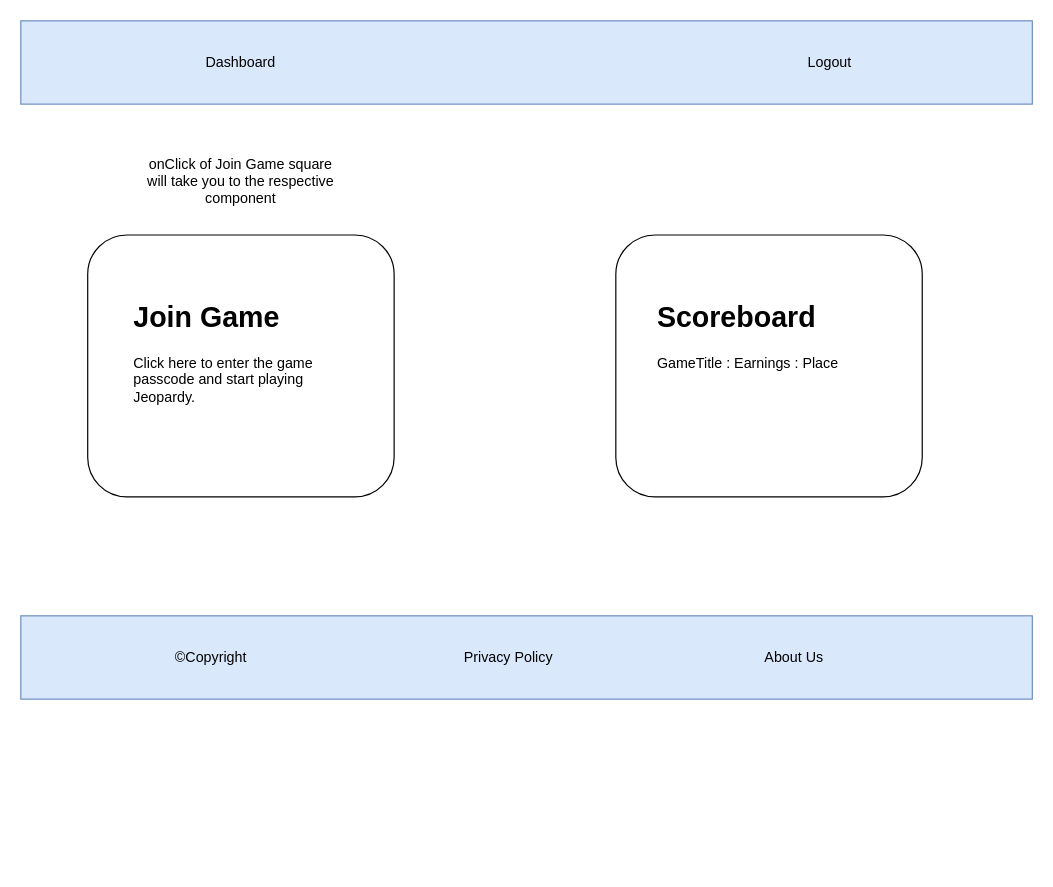
The draw.io diagram jeopardy/public/mockups/UserDashboard.drawio in DezSays/Jeopardy, before the edit. Source tidied: cells renumbered, new cells numbered last; positions are measured from the earlier drawing's top-left corner, leaving out a move shared by most shapes. Both pictures are drawn from the tidied source at 119%, with x=0, y=0 at pixel (20, 20).
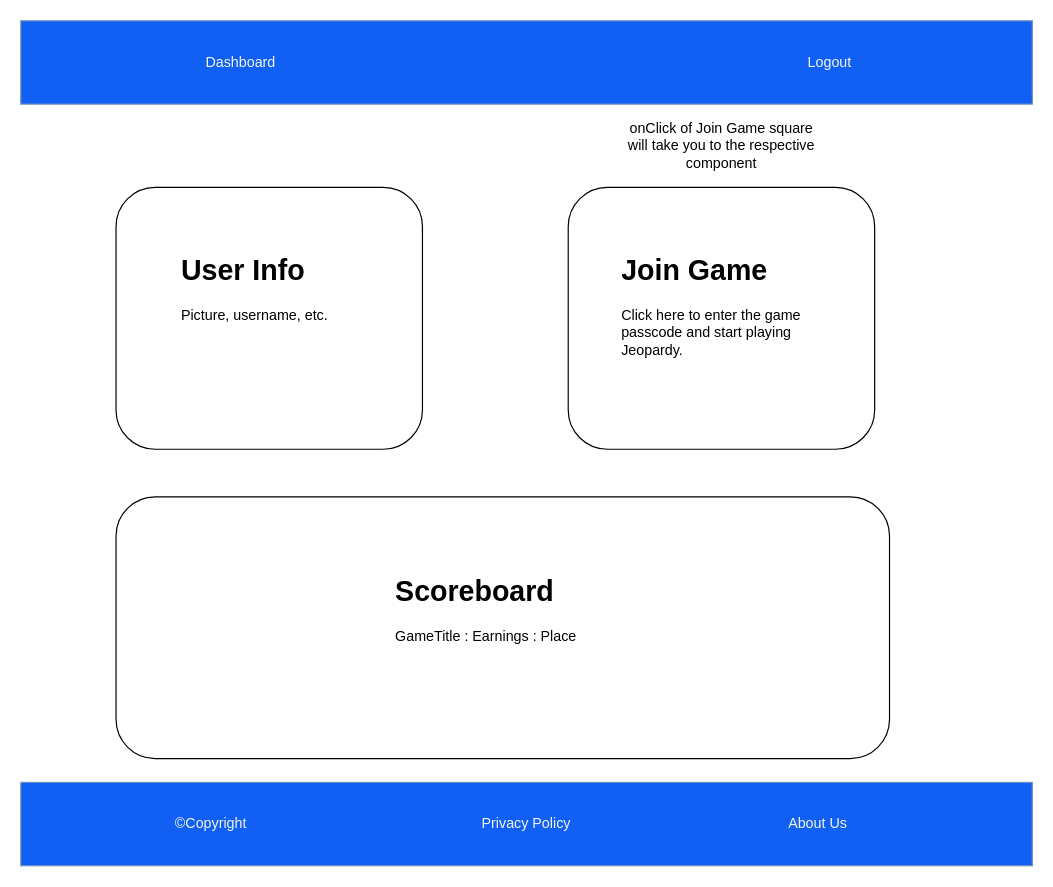
Above is the later version.

Diff of the diagram source:
```diff
@@
 <mxGraphModel>
   <root>
     <mxCell id="0" />
     <mxCell id="1" parent="0" />
-    <mxCell id="2" style="rounded=0;whiteSpace=wrap;html=1;fillColor=#dae8fc;strokeColor=#6c8ebf;" parent="1" vertex="1">
+    <mxCell id="2" style="rounded=0;whiteSpace=wrap;html=1;fillColor=#115FF3;strokeColor=#6c8ebf;" parent="1" vertex="1">
       <mxGeometry width="850" height="70" as="geometry" />
     </mxCell>
-    <mxCell id="3" value="Dashboard" style="text;html=1;strokeColor=none;fillColor=none;align=center;verticalAlign=middle;whiteSpace=wrap;rounded=0;" parent="1" vertex="1">
+    <mxCell id="3" value="Dashboard" style="text;html=1;strokeColor=none;fillColor=none;align=center;verticalAlign=middle;whiteSpace=wrap;rounded=0;fontColor=#F1F8F0;" parent="1" vertex="1">
       <mxGeometry x="140" y="20" width="90" height="30" as="geometry" />
     </mxCell>
-    <mxCell id="4" value="Logout" style="text;html=1;strokeColor=none;fillColor=none;align=center;verticalAlign=middle;whiteSpace=wrap;rounded=0;" parent="1" vertex="1">
+    <mxCell id="4" value="Logout" style="text;html=1;strokeColor=none;fillColor=none;align=center;verticalAlign=middle;whiteSpace=wrap;rounded=0;fontColor=#F1F8F0;" parent="1" vertex="1">
       <mxGeometry x="650" y="20" width="60" height="30" as="geometry" />
     </mxCell>
     <mxCell id="5" style="rounded=1;whiteSpace=wrap;html=1;" parent="1" vertex="1">
-      <mxGeometry x="56.2" y="180" width="257.5" height="220" as="geometry" />
+      <mxGeometry x="460" y="140" width="257.5" height="220" as="geometry" />
     </mxCell>
     <mxCell id="6" style="rounded=1;whiteSpace=wrap;html=1;" parent="1" vertex="1">
-      <mxGeometry x="500" y="180" width="257.5" height="220" as="geometry" />
+      <mxGeometry x="80" y="400" width="650" height="220" as="geometry" />
     </mxCell>
     <mxCell id="7" value="&lt;h1&gt;Join Game&lt;/h1&gt;&lt;p&gt;Click here to enter the game passcode and start playing Jeopardy.&lt;/p&gt;" style="text;html=1;strokeColor=none;fillColor=none;spacing=5;spacingTop=-20;whiteSpace=wrap;overflow=hidden;rounded=0;" parent="1" vertex="1">
-      <mxGeometry x="90" y="230" width="190" height="120" as="geometry" />
+      <mxGeometry x="500" y="190" width="190" height="120" as="geometry" />
     </mxCell>
     <mxCell id="8" value="&lt;h1&gt;Scoreboard&lt;/h1&gt;&lt;p&gt;GameTitle : Earnings : Place&lt;/p&gt;" style="text;html=1;strokeColor=none;fillColor=none;spacing=5;spacingTop=-20;whiteSpace=wrap;overflow=hidden;rounded=0;" parent="1" vertex="1">
-      <mxGeometry x="530" y="230" width="200" height="120" as="geometry" />
+      <mxGeometry x="310" y="460" width="200" height="120" as="geometry" />
     </mxCell>
     <mxCell id="9" value="onClick of Join Game square will take you to the respective component" style="text;html=1;strokeColor=none;fillColor=none;align=center;verticalAlign=middle;whiteSpace=wrap;rounded=0;" parent="1" vertex="1">
-      <mxGeometry x="100" y="120" width="170" height="30" as="geometry" />
+      <mxGeometry x="503.8" y="90" width="170" height="30" as="geometry" />
     </mxCell>
-    <mxCell id="10" style="rounded=0;whiteSpace=wrap;html=1;fillColor=#dae8fc;strokeColor=#6c8ebf;" parent="1" vertex="1">
-      <mxGeometry y="500" width="850" height="70" as="geometry" />
+    <mxCell id="10" style="rounded=0;whiteSpace=wrap;html=1;fillColor=#115FF3;strokeColor=#6c8ebf;" parent="1" vertex="1">
+      <mxGeometry y="640" width="850" height="70" as="geometry" />
     </mxCell>
-    <mxCell id="11" value="About Us" style="text;html=1;strokeColor=none;fillColor=none;align=center;verticalAlign=middle;whiteSpace=wrap;rounded=0;" parent="1" vertex="1">
-      <mxGeometry x="620" y="520" width="60" height="30" as="geometry" />
+    <mxCell id="11" value="About Us" style="text;html=1;strokeColor=none;fillColor=none;align=center;verticalAlign=middle;whiteSpace=wrap;rounded=0;fontColor=#F1F8F0;" parent="1" vertex="1">
+      <mxGeometry x="640" y="660" width="60" height="30" as="geometry" />
     </mxCell>
-    <mxCell id="12" value="Privacy Policy" style="text;html=1;strokeColor=none;fillColor=none;align=center;verticalAlign=middle;whiteSpace=wrap;rounded=0;" parent="1" vertex="1">
-      <mxGeometry x="370" y="520" width="80" height="30" as="geometry" />
+    <mxCell id="12" value="Privacy Policy" style="text;html=1;strokeColor=none;fillColor=none;align=center;verticalAlign=middle;whiteSpace=wrap;rounded=0;fontColor=#F1F8F0;" parent="1" vertex="1">
+      <mxGeometry x="385" y="660" width="80" height="30" as="geometry" />
     </mxCell>
-    <mxCell id="13" value="©Copyright" style="text;html=1;strokeColor=none;fillColor=none;align=center;verticalAlign=middle;whiteSpace=wrap;rounded=0;" parent="1" vertex="1">
-      <mxGeometry x="120" y="520" width="80" height="30" as="geometry" />
+    <mxCell id="13" value="©Copyright" style="text;html=1;strokeColor=none;fillColor=none;align=center;verticalAlign=middle;whiteSpace=wrap;rounded=0;fontColor=#F1F8F0;" parent="1" vertex="1">
+      <mxGeometry x="120" y="660" width="80" height="30" as="geometry" />
     </mxCell>
+    <mxCell id="14" style="rounded=1;whiteSpace=wrap;html=1;" parent="1" vertex="1">
+      <mxGeometry x="80" y="140" width="257.5" height="220" as="geometry" />
+    </mxCell>
+    <mxCell id="15" value="&lt;h1&gt;User Info&lt;/h1&gt;&lt;h1&gt;&lt;p style=&quot;font-size: 12px ; font-weight: 400&quot;&gt;Picture, username, etc.&lt;/p&gt;&lt;/h1&gt;" style="text;html=1;strokeColor=none;fillColor=none;spacing=5;spacingTop=-20;whiteSpace=wrap;overflow=hidden;rounded=0;" parent="1" vertex="1">
+      <mxGeometry x="130" y="190" width="190" height="120" as="geometry" />
+    </mxCell>
   </root>
 </mxGraphModel>
```
